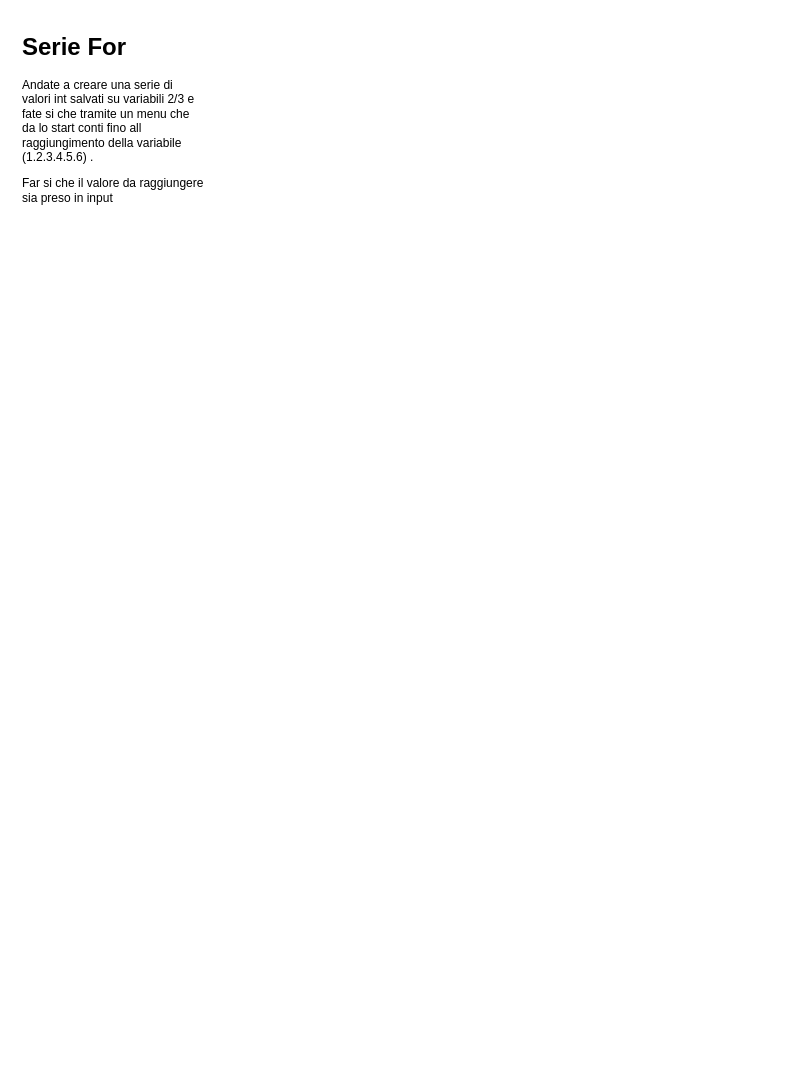
Before: diagrammiER/serieFor.drawio in TheJolly01/javaAcademy, a draw.io diagram. Source tidied: cells renumbered, new cells numbered last; positions are measured from the earlier drawing's top-left corner, leaving out a move shared by most shapes. Both pictures are drawn from the tidied source at 100%, with x=0, y=0 at pixel (17, 27).
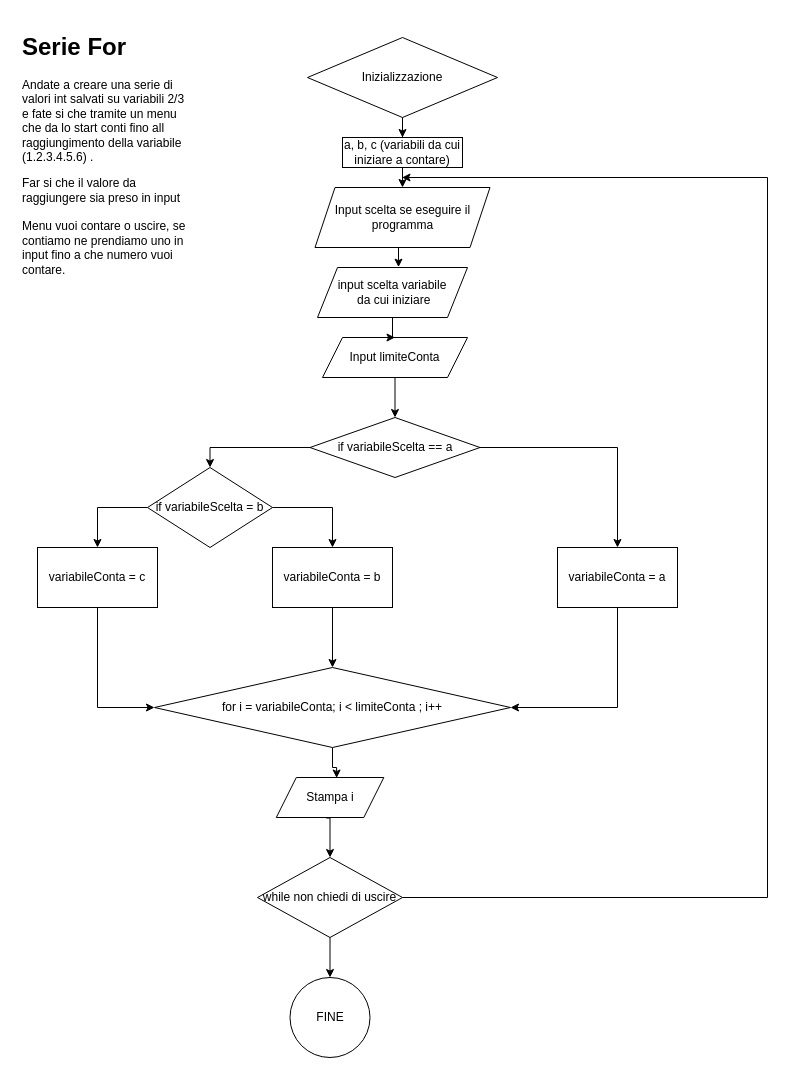
Above is the later version.

What changed in the source:
```diff
@@
-    <mxCell id="2" value="&lt;h1&gt;Serie For&lt;/h1&gt;&lt;p&gt;Andate a creare una serie di valori int salvati su variabili 2/3 e fate si che tramite un menu che da lo start conti fino all raggiungimento della variabile (1.2.3.4.5.6) .&amp;nbsp;&lt;br&gt;&lt;/p&gt;Far si che il valore da raggiungere sia preso in input" style="text;html=1;strokeColor=none;fillColor=none;spacing=5;spacingTop=-20;whiteSpace=wrap;overflow=hidden;rounded=0;" parent="1" vertex="1">
-      <mxGeometry width="190" height="220" as="geometry" />
+    <mxCell id="2" value="&lt;h1&gt;Serie For&lt;/h1&gt;&lt;p&gt;Andate a creare una serie di valori int salvati su variabili 2/3 e fate si che tramite un menu che da lo start conti fino all raggiungimento della variabile (1.2.3.4.5.6) .&amp;nbsp;&lt;br&gt;&lt;/p&gt;Far si che il valore da raggiungere sia preso in input&lt;br&gt;&lt;br&gt;Menu vuoi contare o uscire, se contiamo ne prendiamo uno in input fino a che numero vuoi contare.&amp;nbsp;" style="text;html=1;strokeColor=none;fillColor=none;spacing=5;spacingTop=-20;whiteSpace=wrap;overflow=hidden;rounded=0;" parent="1" vertex="1">
+      <mxGeometry width="180" height="260" as="geometry" />
     </mxCell>
+    <mxCell id="3" style="edgeStyle=orthogonalEdgeStyle;rounded=0;jettySize=auto;html=1;" parent="1" edge="1" source="4" target="6">
+      <mxGeometry relative="1" as="geometry" />
+    </mxCell>
+    <mxCell id="4" value="Inizializzazione" style="rhombus;whiteSpace=wrap;html=1;" parent="1" vertex="1">
+      <mxGeometry x="290" y="10" width="190" height="80" as="geometry" />
+    </mxCell>
+    <mxCell id="5" style="edgeStyle=orthogonalEdgeStyle;rounded=0;jettySize=auto;html=1;exitX=0.5;exitY=1;exitDx=0;exitDy=0;entryX=0.5;entryY=0;entryDx=0;entryDy=0;" parent="1" edge="1" source="6" target="16">
+      <mxGeometry relative="1" as="geometry" />
+    </mxCell>
+    <mxCell id="6" value="a, b, c (variabili da cui iniziare a contare)" style="whiteSpace=wrap;html=1;" parent="1" vertex="1">
+      <mxGeometry x="325" y="110" width="120" height="30" as="geometry" />
+    </mxCell>
+    <mxCell id="7" style="edgeStyle=orthogonalEdgeStyle;rounded=0;jettySize=auto;html=1;" parent="1" edge="1" source="8" target="14">
+      <mxGeometry relative="1" as="geometry" />
+    </mxCell>
+    <mxCell id="8" value="Input limiteConta" style="shape=parallelogram;perimeter=parallelogramPerimeter;whiteSpace=wrap;html=1;fixedSize=1;" parent="1" vertex="1">
+      <mxGeometry x="305" y="310" width="145" height="40" as="geometry" />
+    </mxCell>
+    <mxCell id="9" style="edgeStyle=orthogonalEdgeStyle;rounded=0;jettySize=auto;html=1;exitX=0;exitY=0.5;exitDx=0;exitDy=0;entryX=0.5;entryY=0;entryDx=0;entryDy=0;" parent="1" edge="1" source="11" target="24">
+      <mxGeometry relative="1" as="geometry" />
+    </mxCell>
+    <mxCell id="10" style="edgeStyle=orthogonalEdgeStyle;rounded=0;jettySize=auto;html=1;exitX=1;exitY=0.5;exitDx=0;exitDy=0;entryX=0.5;entryY=0;entryDx=0;entryDy=0;" parent="1" edge="1" source="11" target="22">
+      <mxGeometry relative="1" as="geometry" />
+    </mxCell>
+    <mxCell id="11" value="if variabileScelta = b" style="rhombus;whiteSpace=wrap;html=1;" parent="1" vertex="1">
+      <mxGeometry x="130" y="440" width="125" height="80" as="geometry" />
+    </mxCell>
+    <mxCell id="12" style="edgeStyle=orthogonalEdgeStyle;rounded=0;jettySize=auto;html=1;exitX=0;exitY=0.5;exitDx=0;exitDy=0;entryX=0.5;entryY=0;entryDx=0;entryDy=0;" parent="1" edge="1" source="14" target="11">
+      <mxGeometry relative="1" as="geometry" />
+    </mxCell>
+    <mxCell id="13" style="edgeStyle=orthogonalEdgeStyle;rounded=0;jettySize=auto;html=1;exitX=1;exitY=0.5;exitDx=0;exitDy=0;" parent="1" edge="1" source="14" target="20">
+      <mxGeometry relative="1" as="geometry" />
+    </mxCell>
+    <mxCell id="14" value="if variabileScelta == a" style="rhombus;whiteSpace=wrap;html=1;" parent="1" vertex="1">
+      <mxGeometry x="292.5" y="390" width="170" height="60" as="geometry" />
+    </mxCell>
+    <mxCell id="15" style="edgeStyle=orthogonalEdgeStyle;rounded=0;jettySize=auto;html=1;exitX=0.5;exitY=1;exitDx=0;exitDy=0;entryX=0.54;entryY=-0.007;entryDx=0;entryDy=0;entryPerimeter=0;" parent="1" edge="1" source="16" target="18">
+      <mxGeometry relative="1" as="geometry" />
+    </mxCell>
+    <mxCell id="16" value="Input scelta se eseguire il programma" style="shape=parallelogram;perimeter=parallelogramPerimeter;whiteSpace=wrap;html=1;fixedSize=1;" parent="1" vertex="1">
+      <mxGeometry x="297.5" y="160" width="175" height="60" as="geometry" />
+    </mxCell>
+    <mxCell id="17" style="edgeStyle=orthogonalEdgeStyle;rounded=0;jettySize=auto;html=1;exitX=0.5;exitY=1;exitDx=0;exitDy=0;" parent="1" edge="1" source="18" target="8">
+      <mxGeometry relative="1" as="geometry" />
+    </mxCell>
+    <mxCell id="18" value="input scelta variabile&lt;br&gt;&amp;nbsp;da cui iniziare" style="shape=parallelogram;perimeter=parallelogramPerimeter;whiteSpace=wrap;html=1;fixedSize=1;" parent="1" vertex="1">
+      <mxGeometry x="300" y="240" width="150" height="50" as="geometry" />
+    </mxCell>
+    <mxCell id="19" style="edgeStyle=orthogonalEdgeStyle;rounded=0;jettySize=auto;html=1;exitX=0.5;exitY=1;exitDx=0;exitDy=0;entryX=1;entryY=0.5;entryDx=0;entryDy=0;" parent="1" edge="1" source="20" target="26">
+      <mxGeometry relative="1" as="geometry" />
+    </mxCell>
+    <mxCell id="20" value="variabileConta = a" style="rounded=0;whiteSpace=wrap;html=1;" parent="1" vertex="1">
+      <mxGeometry x="540" y="520" width="120" height="60" as="geometry" />
+    </mxCell>
+    <mxCell id="21" style="edgeStyle=orthogonalEdgeStyle;rounded=0;jettySize=auto;html=1;exitX=0.5;exitY=1;exitDx=0;exitDy=0;entryX=0.5;entryY=0;entryDx=0;entryDy=0;" parent="1" edge="1" source="22" target="26">
+      <mxGeometry relative="1" as="geometry" />
+    </mxCell>
+    <mxCell id="22" value="variabileConta = b" style="rounded=0;whiteSpace=wrap;html=1;" parent="1" vertex="1">
+      <mxGeometry x="255" y="520" width="120" height="60" as="geometry" />
+    </mxCell>
+    <mxCell id="23" style="edgeStyle=orthogonalEdgeStyle;rounded=0;jettySize=auto;html=1;exitX=0.5;exitY=1;exitDx=0;exitDy=0;entryX=0;entryY=0.5;entryDx=0;entryDy=0;" parent="1" edge="1" source="24" target="26">
+      <mxGeometry relative="1" as="geometry" />
+    </mxCell>
+    <mxCell id="24" value="variabileConta = c" style="rounded=0;whiteSpace=wrap;html=1;" parent="1" vertex="1">
+      <mxGeometry x="20" y="520" width="120" height="60" as="geometry" />
+    </mxCell>
+    <mxCell id="25" style="edgeStyle=orthogonalEdgeStyle;rounded=0;jettySize=auto;html=1;entryX=0.561;entryY=0.013;entryDx=0;entryDy=0;entryPerimeter=0;" parent="1" edge="1" source="26" target="32">
+      <mxGeometry relative="1" as="geometry" />
+    </mxCell>
+    <mxCell id="26" value="for i = variabileConta; i &amp;lt; limiteConta ; i++" style="rhombus;whiteSpace=wrap;html=1;" parent="1" vertex="1">
+      <mxGeometry x="137" y="640" width="356" height="80" as="geometry" />
+    </mxCell>
+    <mxCell id="27" style="edgeStyle=orthogonalEdgeStyle;rounded=0;jettySize=auto;html=1;exitX=0.464;exitY=1.013;exitDx=0;exitDy=0;entryX=0.5;entryY=0;entryDx=0;entryDy=0;exitPerimeter=0;" parent="1" edge="1" source="32" target="30">
+      <mxGeometry relative="1" as="geometry" />
+    </mxCell>
+    <mxCell id="28" style="edgeStyle=orthogonalEdgeStyle;rounded=0;jettySize=auto;html=1;exitX=1;exitY=0.5;exitDx=0;exitDy=0;" parent="1" edge="1" source="30">
+      <mxGeometry relative="1" as="geometry">
+        <mxPoint x="384.5" y="150" as="targetPoint" />
+        <Array as="points">
+          <mxPoint x="750" y="870" />
+          <mxPoint x="750" y="150" />
+        </Array>
+      </mxGeometry>
+    </mxCell>
+    <mxCell id="29" style="edgeStyle=orthogonalEdgeStyle;rounded=0;jettySize=auto;html=1;" parent="1" edge="1" source="30" target="31">
+      <mxGeometry relative="1" as="geometry" />
+    </mxCell>
+    <mxCell id="30" value="while non chiedi di uscire" style="rhombus;whiteSpace=wrap;html=1;" parent="1" vertex="1">
+      <mxGeometry x="240" y="830" width="145" height="80" as="geometry" />
+    </mxCell>
+    <mxCell id="31" value="FINE" style="ellipse;whiteSpace=wrap;html=1;" parent="1" vertex="1">
+      <mxGeometry x="272.5" y="950" width="80" height="80" as="geometry" />
+    </mxCell>
+    <mxCell id="32" value="Stampa i" style="shape=parallelogram;perimeter=parallelogramPerimeter;whiteSpace=wrap;html=1;fixedSize=1;" parent="1" vertex="1">
+      <mxGeometry x="258.8" y="750" width="107.5" height="40" as="geometry" />
+    </mxCell>
```
